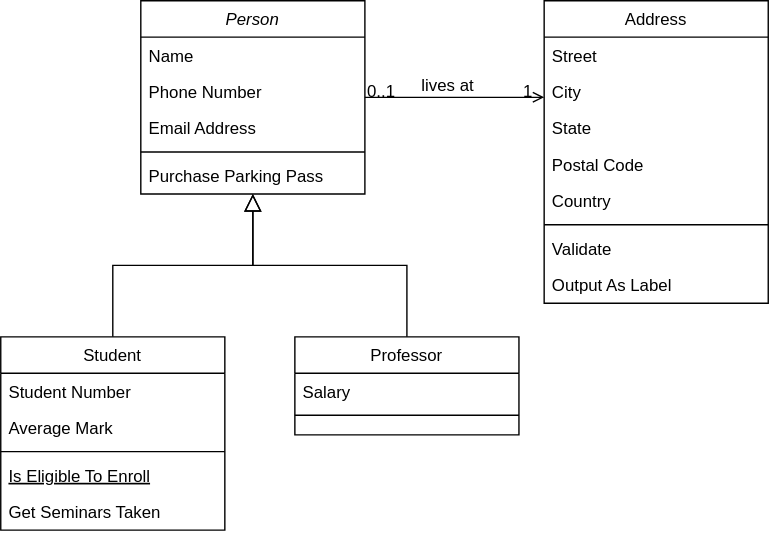
The draw.io diagram Untitled Diagram.drawio.svg in tractortoby/image-hosting, before a commit. Source tidied: cells renumbered, new cells last; positions are measured from the earlier drawing's top-left corner, leaving out a move shared by most shapes.
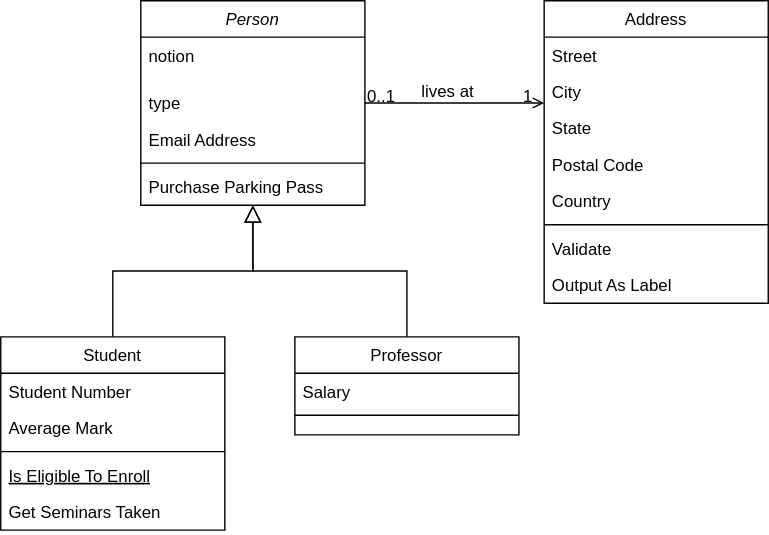
The same file after the commit.

Change to the diagram source:
```diff
@@ -3,22 +3,22 @@
     <mxCell id="0" />
     <mxCell id="1" parent="0" />
     <mxCell id="2" value="Person" style="swimlane;fontStyle=2;align=center;verticalAlign=top;horizontal=1;startSize=26;rounded=0;shadow=0;strokeWidth=1;" parent="1" vertex="1">
-      <mxGeometry x="100" width="160" height="138" as="geometry" />
+      <mxGeometry x="100" width="160" height="146" as="geometry" />
     </mxCell>
-    <mxCell id="3" value="Name" style="text;align=left;verticalAlign=top;spacingLeft=4;spacingRight=4;overflow=hidden;" parent="2" vertex="1">
-      <mxGeometry y="26" width="160" height="26" as="geometry" />
+    <mxCell id="3" value="notion    " style="text;align=left;verticalAlign=top;spacingLeft=4;spacingRight=4;overflow=hidden;" parent="2" vertex="1">
+      <mxGeometry y="26" width="160" height="34" as="geometry" />
     </mxCell>
-    <mxCell id="4" value="Phone Number" style="text;align=left;verticalAlign=top;spacingLeft=4;spacingRight=4;overflow=hidden;rounded=0;shadow=0;html=0;" parent="2" vertex="1">
-      <mxGeometry y="52" width="160" height="26" as="geometry" />
+    <mxCell id="4" value="type    &#10;&#10;&#10;" style="text;align=left;verticalAlign=top;spacingLeft=4;spacingRight=4;overflow=hidden;rounded=0;shadow=0;html=0;" parent="2" vertex="1">
+      <mxGeometry y="60" width="160" height="26" as="geometry" />
     </mxCell>
     <mxCell id="5" value="Email Address" style="text;align=left;verticalAlign=top;spacingLeft=4;spacingRight=4;overflow=hidden;rounded=0;shadow=0;html=0;" parent="2" vertex="1">
-      <mxGeometry y="78" width="160" height="26" as="geometry" />
+      <mxGeometry y="86" width="160" height="26" as="geometry" />
     </mxCell>
     <mxCell id="6" style="line;html=1;strokeWidth=1;align=left;verticalAlign=middle;spacingTop=-1;spacingLeft=3;spacingRight=3;labelPosition=right;" parent="2" vertex="1">
-      <mxGeometry y="104" width="160" height="8" as="geometry" />
+      <mxGeometry y="112" width="160" height="8" as="geometry" />
     </mxCell>
     <mxCell id="7" value="Purchase Parking Pass" style="text;align=left;verticalAlign=top;spacingLeft=4;spacingRight=4;overflow=hidden;" parent="2" vertex="1">
-      <mxGeometry y="112" width="160" height="26" as="geometry" />
+      <mxGeometry y="120" width="160" height="26" as="geometry" />
     </mxCell>
     <mxCell id="8" value="Student" style="swimlane;fontStyle=0;align=center;verticalAlign=top;horizontal=1;startSize=26;rounded=0;shadow=0;strokeWidth=1;" parent="1" vertex="1">
       <mxGeometry y="240" width="160" height="138" as="geometry" />
```
